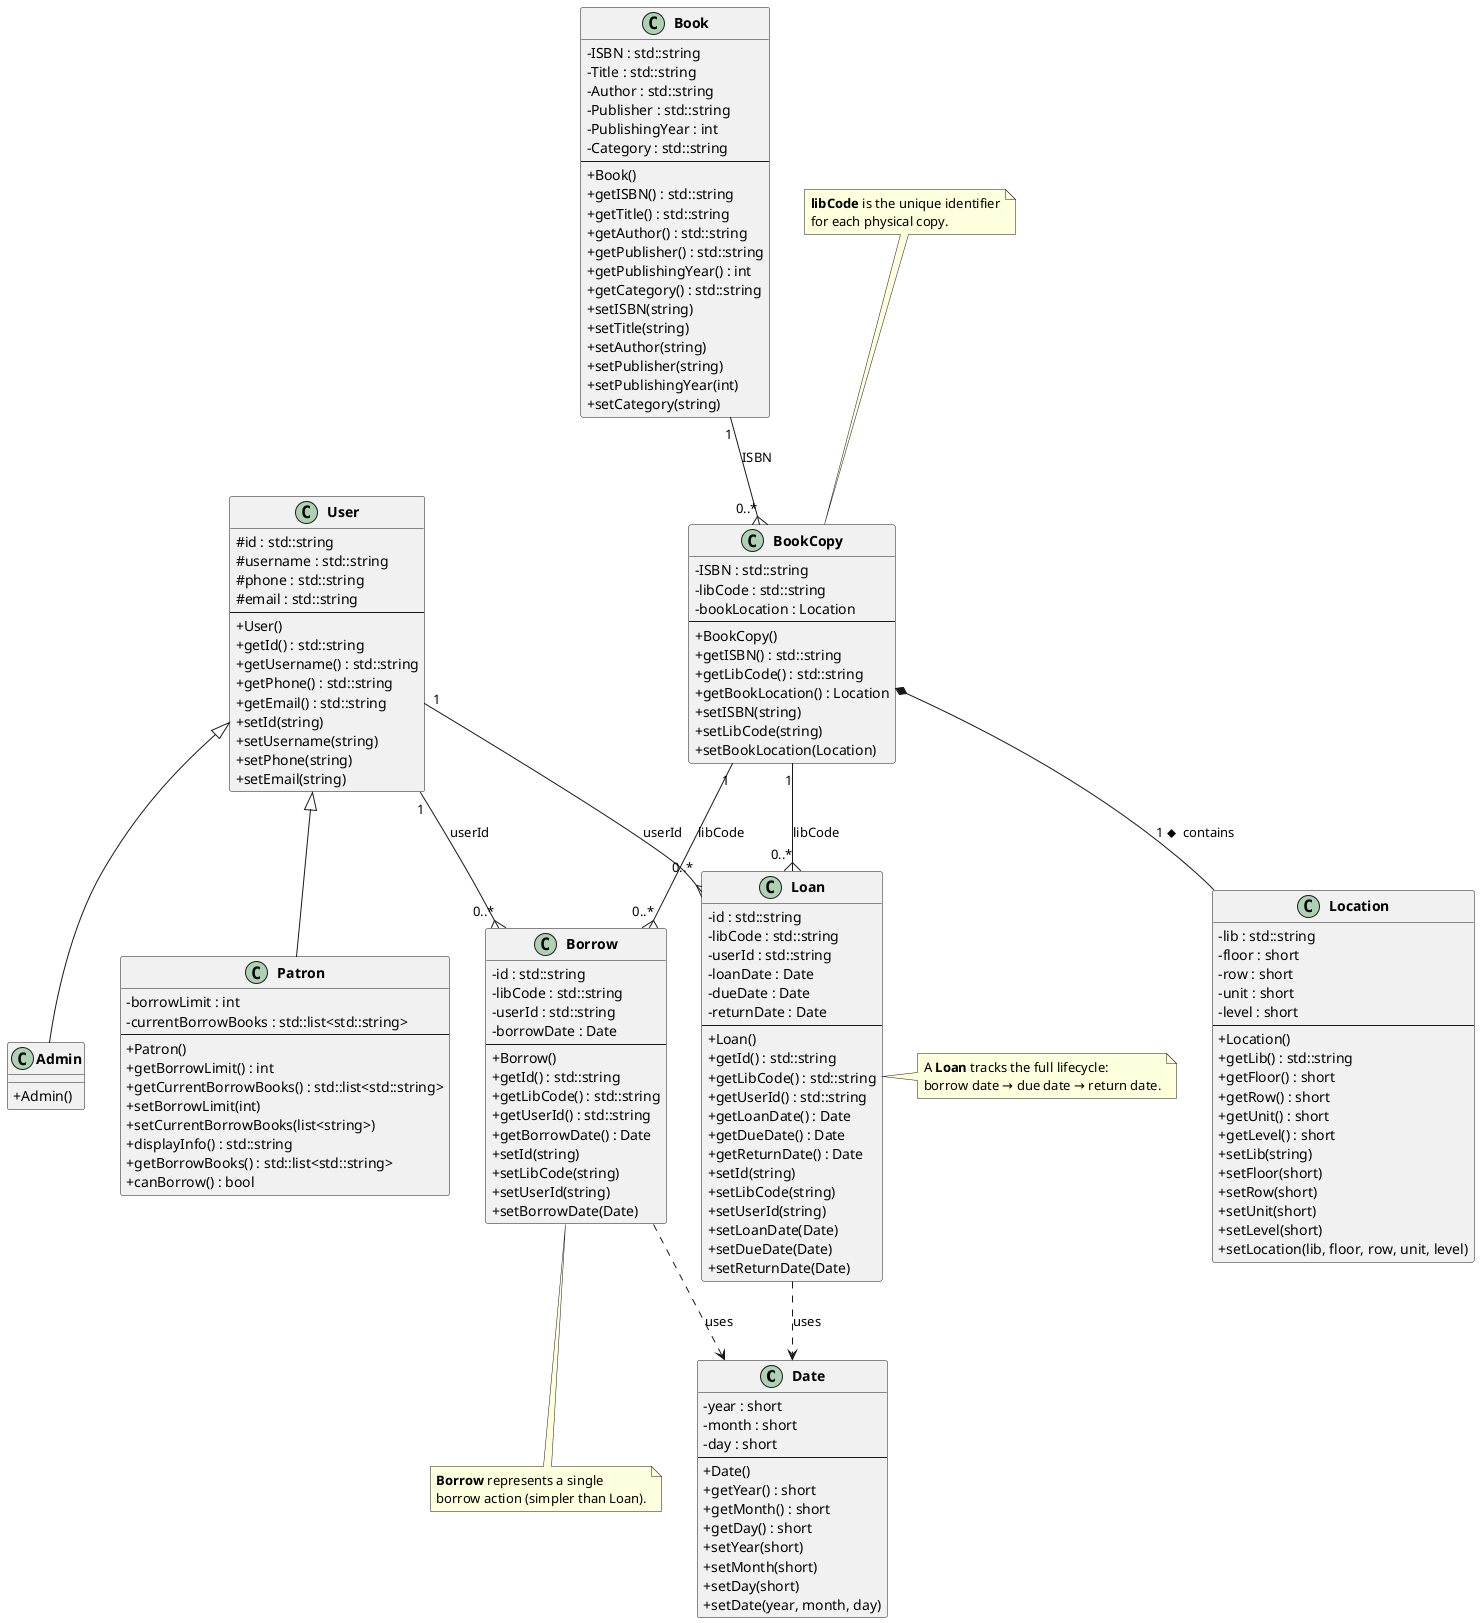
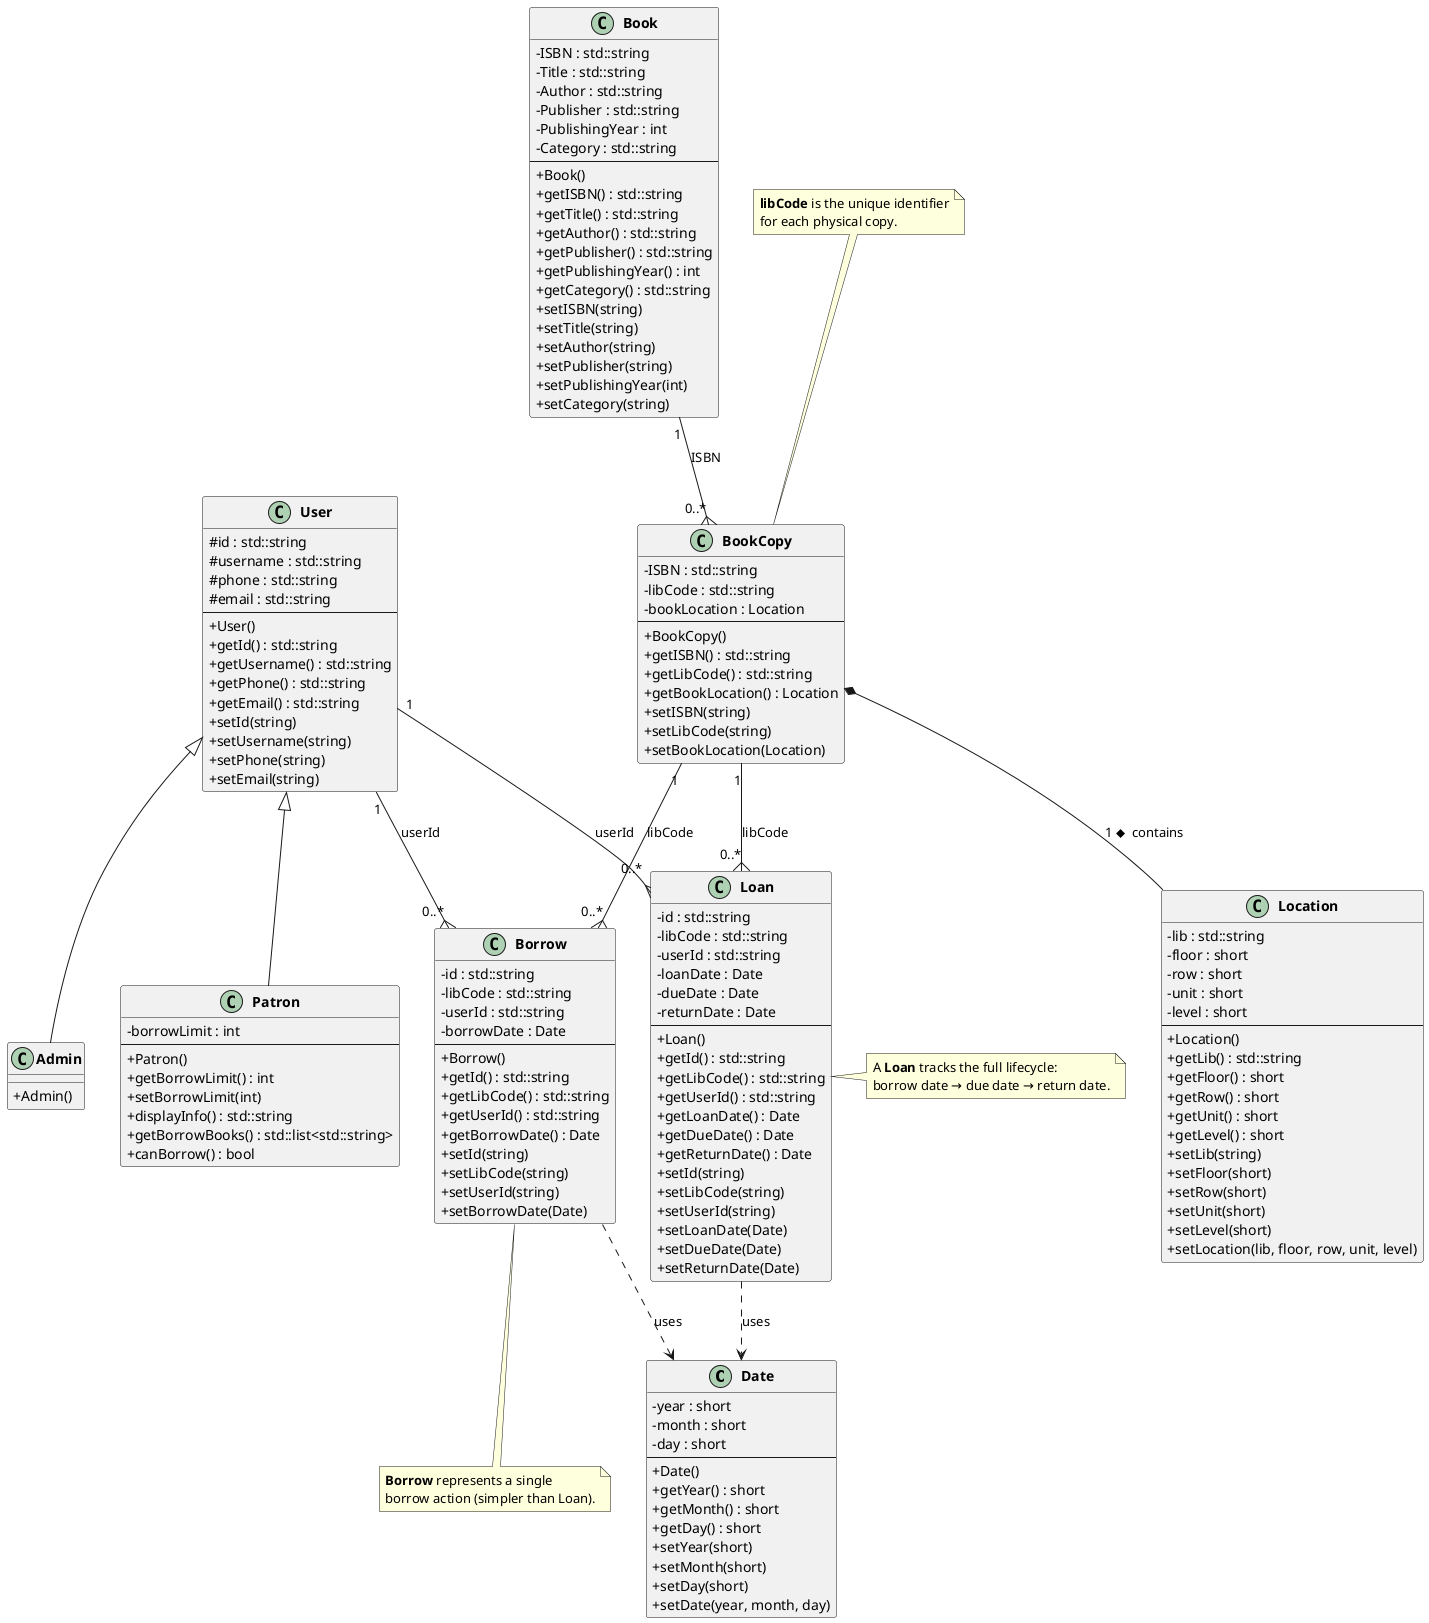
@startuml BookManagementSystem
' ============================================================
'  BookManagementSystem — Data Model Class Diagram
' ============================================================

skinparam classAttributeIconSize 0
skinparam classFontStyle bold
skinparam packageStyle rectangle

' ── Value types (no dependencies) ──────────────────────────

class Date {
  - year : short
  - month : short
  - day : short
  --
  + Date()
  + getYear() : short
  + getMonth() : short
  + getDay() : short
  + setYear(short)
  + setMonth(short)
  + setDay(short)
  + setDate(year, month, day)
}

class Location {
  - lib : std::string
  - floor : short
  - row : short
  - unit : short
  - level : short
  --
  + Location()
  + getLib() : std::string
  + getFloor() : short
  + getRow() : short
  + getUnit() : short
  + getLevel() : short
  + setLib(string)
  + setFloor(short)
  + setRow(short)
  + setUnit(short)
  + setLevel(short)
  + setLocation(lib, floor, row, unit, level)
}

' ── Core entities ──────────────────────────────────────────

class User {
  # id : std::string
  # username : std::string
  # phone : std::string
  # email : std::string
  --
  + User()
  + getId() : std::string
  + getUsername() : std::string
  + getPhone() : std::string
  + getEmail() : std::string
  + setId(string)
  + setUsername(string)
  + setPhone(string)
  + setEmail(string)
}

class Admin {
  + Admin()
}

class Patron {
  - borrowLimit : int
-   - currentBorrowBooks : std::list<std::string>
  --
  + Patron()
  + getBorrowLimit() : int
-   + getCurrentBorrowBooks() : std::list<std::string>
  + setBorrowLimit(int)
-   + setCurrentBorrowBooks(list<string>)
  + displayInfo() : std::string
  + getBorrowBooks() : std::list<std::string>
  + canBorrow() : bool
}

class Book {
  - ISBN : std::string
  - Title : std::string
  - Author : std::string
  - Publisher : std::string
  - PublishingYear : int
  - Category : std::string
  --
  + Book()
  + getISBN() : std::string
  + getTitle() : std::string
  + getAuthor() : std::string
  + getPublisher() : std::string
  + getPublishingYear() : int
  + getCategory() : std::string
  + setISBN(string)
  + setTitle(string)
  + setAuthor(string)
  + setPublisher(string)
  + setPublishingYear(int)
  + setCategory(string)
}

class BookCopy {
  - ISBN : std::string
  - libCode : std::string
  - bookLocation : Location
  --
  + BookCopy()
  + getISBN() : std::string
  + getLibCode() : std::string
  + getBookLocation() : Location
  + setISBN(string)
  + setLibCode(string)
  + setBookLocation(Location)
}

' ── Transaction entities ───────────────────────────────────

class Loan {
  - id : std::string
  - libCode : std::string
  - userId : std::string
  - loanDate : Date
  - dueDate : Date
  - returnDate : Date
  --
  + Loan()
  + getId() : std::string
  + getLibCode() : std::string
  + getUserId() : std::string
  + getLoanDate() : Date
  + getDueDate() : Date
  + getReturnDate() : Date
  + setId(string)
  + setLibCode(string)
  + setUserId(string)
  + setLoanDate(Date)
  + setDueDate(Date)
  + setReturnDate(Date)
}

class Borrow {
  - id : std::string
  - libCode : std::string
  - userId : std::string
  - borrowDate : Date
  --
  + Borrow()
  + getId() : std::string
  + getLibCode() : std::string
  + getUserId() : std::string
  + getBorrowDate() : Date
  + setId(string)
  + setLibCode(string)
  + setUserId(string)
  + setBorrowDate(Date)
}

' ── Inheritance ────────────────────────────────────────────

User <|-- Admin
User <|-- Patron

' ── Composition ────────────────────────────────────────────

BookCopy *-- Location  : "1 ⬥  contains"

' ── Aggregation / Dependency ──────────────────────────────

Loan ..> Date    : uses
Borrow ..> Date  : uses

' ── Associations (by string keys) ──────────────────────────

Book    "1" --{ "0..*" BookCopy     : ISBN
BookCopy "1" --{ "0..*" Loan         : libCode
BookCopy "1" --{ "0..*" Borrow       : libCode
User    "1" --{ "0..*" Loan          : userId
User    "1" --{ "0..*" Borrow        : userId

' ── Notes ──────────────────────────────────────────────────

note top of BookCopy
  <b>libCode</b> is the unique identifier
  for each physical copy.
end note

note right of Loan
  A <b>Loan</b> tracks the full lifecycle:
  borrow date → due date → return date.
end note

note bottom of Borrow
  <b>Borrow</b> represents a single
  borrow action (simpler than Loan).
end note

@enduml
